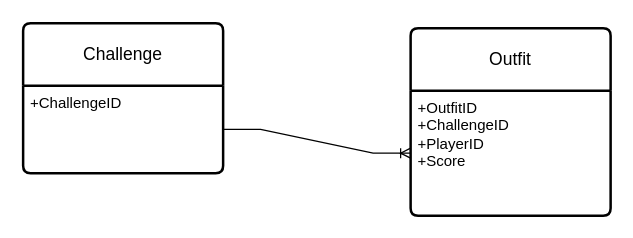
Above: PVP OOTD.drawio in yaohuiwu/SimpleFS (draw.io), before the change. Source tidied: cells renumbered, new cells numbered last; positions are measured from the earlier drawing's top-left corner, leaving out a move shared by most shapes. Both pictures are drawn from the tidied source at 125%, with x=0, y=0 at pixel (22, 22).
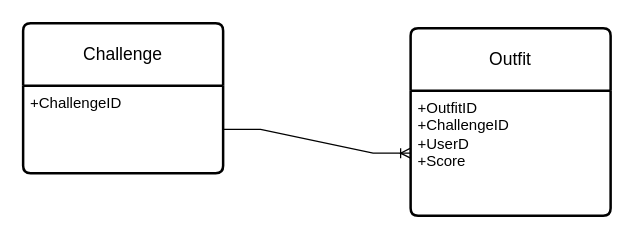
The same diagram, later.

The edit, as a diff of the source:
```diff
@@
 <mxGraphModel>
   <root>
     <mxCell id="0" />
     <mxCell id="1" parent="0" />
     <mxCell id="2" value="Challenge" style="swimlane;horizontal=1;startSize=50;rounded=1;fontSize=14;fontStyle=0;strokeWidth=2;shadow=0;dashed=0;align=center;arcSize=4;whiteSpace=wrap;html=1;" parent="1" vertex="1">
       <mxGeometry width="160" height="120" as="geometry" />
     </mxCell>
     <mxCell id="3" value="+ChallengeID" style="align=left;strokeColor=none;fillColor=none;spacingLeft=4;fontSize=12;verticalAlign=top;html=1;" parent="2" vertex="1">
       <mxGeometry y="50" width="160" height="70" as="geometry" />
     </mxCell>
     <mxCell id="4" value="Outfit" style="swimlane;horizontal=1;startSize=50;rounded=1;fontSize=14;fontStyle=0;strokeWidth=2;shadow=0;dashed=0;align=center;arcSize=4;whiteSpace=wrap;html=1;" parent="1" vertex="1">
       <mxGeometry x="310" y="4" width="160" height="150" as="geometry" />
     </mxCell>
-    <mxCell id="5" value="+OutfitID&lt;br&gt;+ChallengeID&lt;br&gt;+PlayerID&lt;br&gt;+Score" style="align=left;strokeColor=none;fillColor=none;spacingLeft=4;fontSize=12;verticalAlign=top;html=1;" parent="4" vertex="1">
+    <mxCell id="5" value="+OutfitID&lt;br&gt;+ChallengeID&lt;br&gt;+UserD&lt;br&gt;+Score" style="align=left;strokeColor=none;fillColor=none;spacingLeft=4;fontSize=12;verticalAlign=top;html=1;" parent="4" vertex="1">
       <mxGeometry y="50" width="160" height="100" as="geometry" />
     </mxCell>
     <mxCell id="6" style="edgeStyle=entityRelationEdgeStyle;fontSize=12;html=1;endArrow=ERoneToMany;rounded=0;exitX=1;exitY=0.5;exitDx=0;exitDy=0;entryX=0;entryY=0.5;entryDx=0;entryDy=0;" parent="1" edge="1" source="3" target="5">
       <mxGeometry relative="1" as="geometry" />
     </mxCell>
   </root>
 </mxGraphModel>
```
